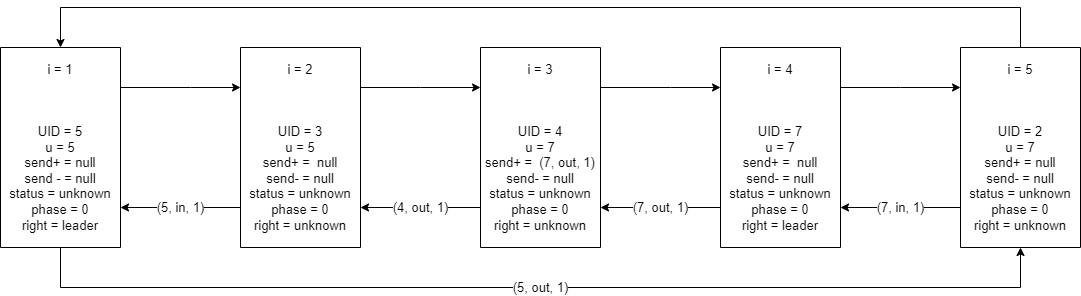
Above: tods/02-tods.drawio.png in h1tlan/tods_first_exercise (draw.io), before the change. Source tidied: cells renumbered, new cells last; positions are measured from the earlier drawing's top-left corner, leaving out a move shared by most shapes.
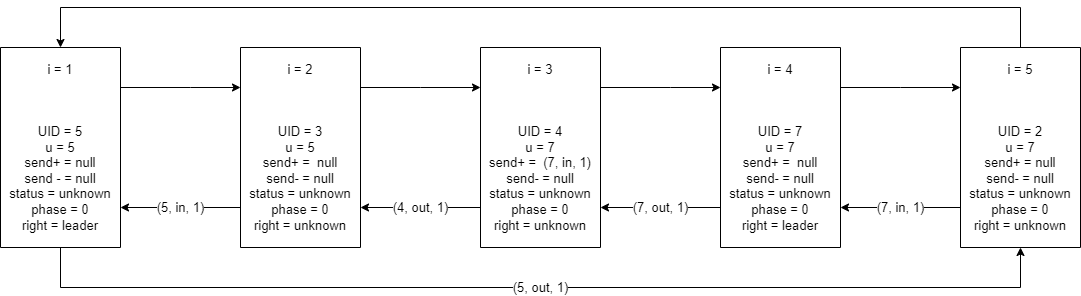
The same file after the commit.

What changed in the source:
```diff
@@ -56,7 +56,7 @@
         </Array>
       </mxGeometry>
     </mxCell>
-    <mxCell id="10" value="i = 3&lt;br&gt;&lt;br&gt;&lt;br&gt;&lt;br&gt;UID = 4&lt;br&gt;u = 7&lt;br&gt;send+ =&amp;nbsp; (7, out, 1)&lt;br&gt;send- = null&lt;br&gt;status = unknown&lt;br&gt;phase = 0&lt;br&gt;right = unknown" style="rounded=0;whiteSpace=wrap;html=1;fontSize=13;direction=south;" parent="1" vertex="1">
+    <mxCell id="10" value="i = 3&lt;br&gt;&lt;br&gt;&lt;br&gt;&lt;br&gt;UID = 4&lt;br&gt;u = 7&lt;br&gt;send+ =&amp;nbsp; (7, in, 1)&lt;br&gt;send- = null&lt;br&gt;status = unknown&lt;br&gt;phase = 0&lt;br&gt;right = unknown" style="rounded=0;whiteSpace=wrap;html=1;fontSize=13;direction=south;" parent="1" vertex="1">
       <mxGeometry x="480" y="40" width="120" height="200" as="geometry" />
     </mxCell>
     <mxCell id="11" value="(7, out, 1)" style="edgeStyle=orthogonalEdgeStyle;rounded=0;jettySize=auto;html=1;labelBorderColor=none;fontSize=13;" parent="1" edge="1" source="13" target="10">
```
